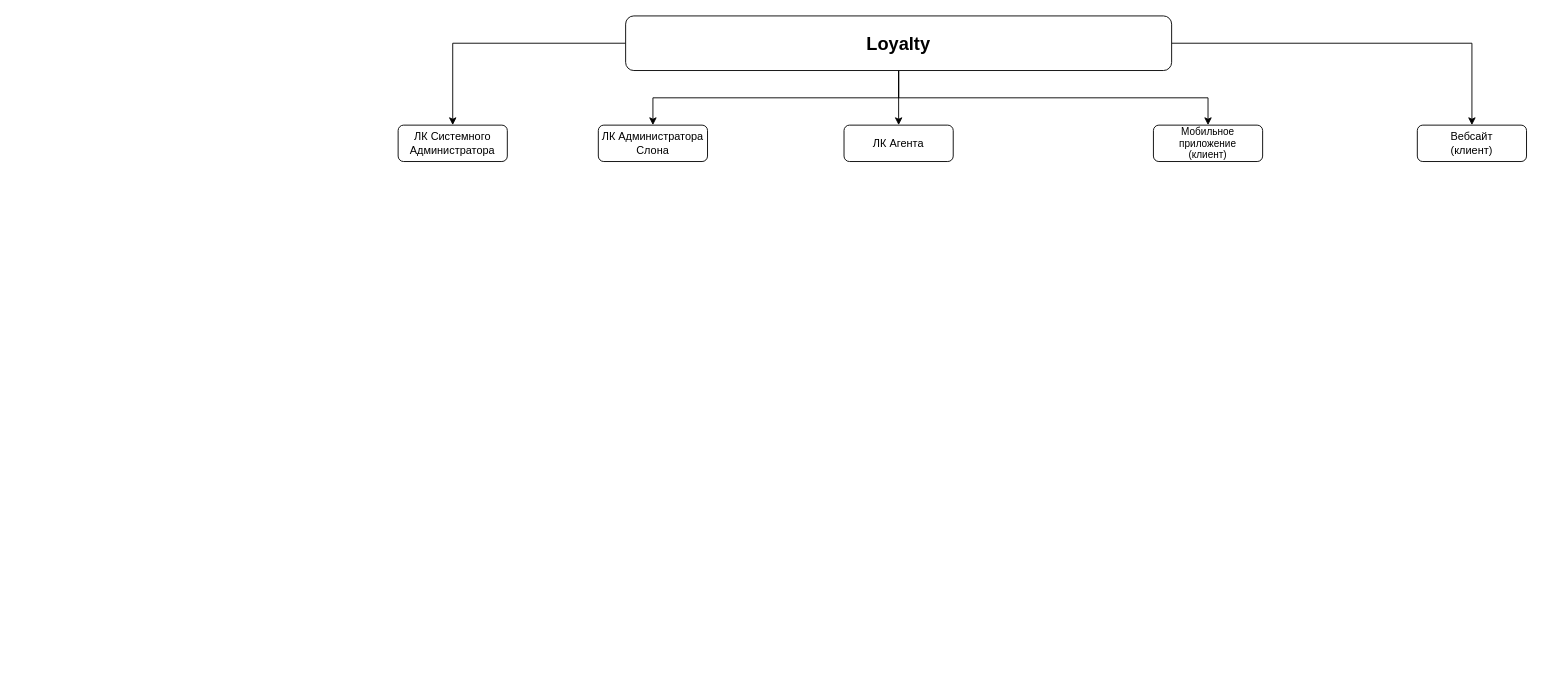
Above: Loyalty.drawio in jsilverhead/handover (draw.io), before the change. Source tidied: cells renumbered, new cells numbered last; positions are measured from the earlier drawing's top-left corner, leaving out a move shared by most shapes. Both pictures are drawn from the tidied source at 91%, with x=0, y=0 at pixel (398, 15).
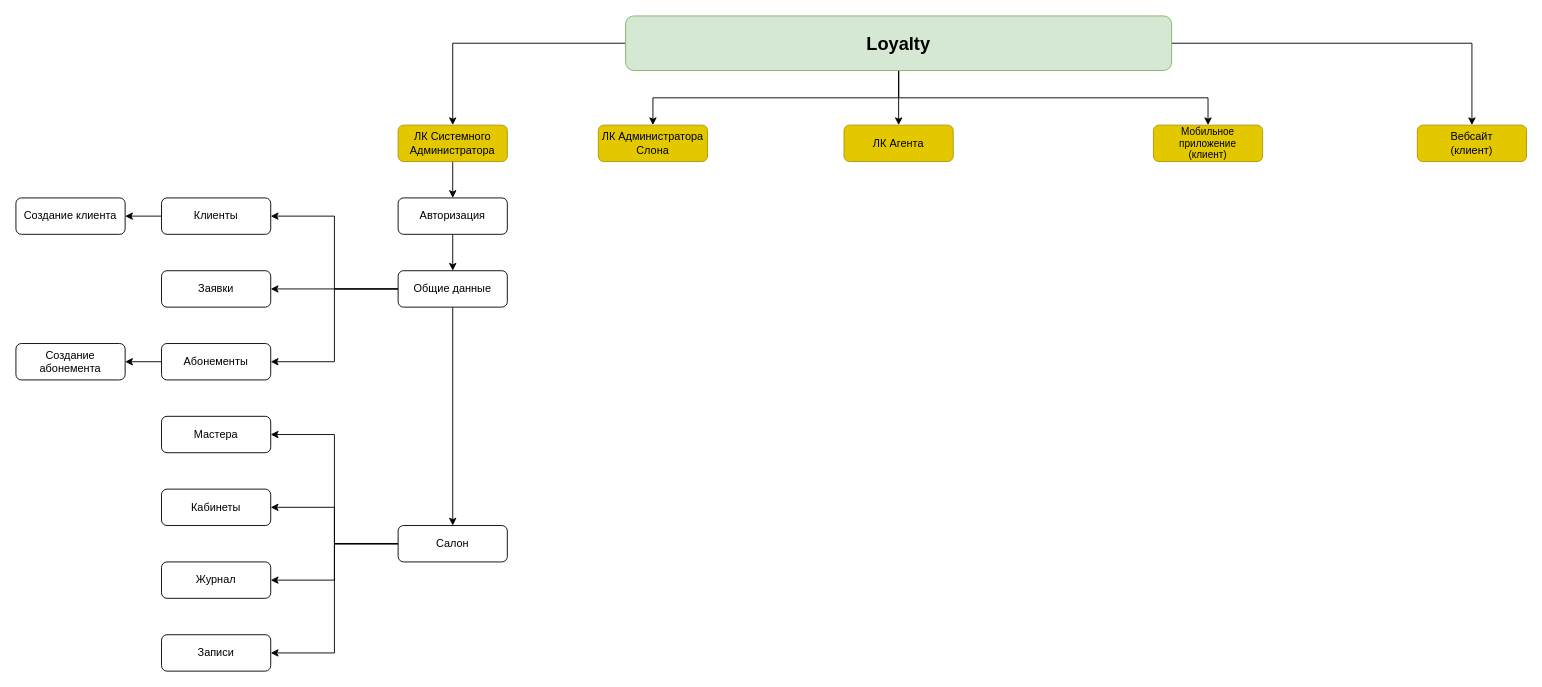
The same diagram, later.

The edit, as a diff of the source:
```diff
@@
-    <mxCell id="7" value="Loyalty" style="rounded=1;whiteSpace=wrap;html=1;fontSize=20;fontStyle=1;" parent="1" vertex="1">
+    <mxCell id="7" value="Loyalty" style="rounded=1;whiteSpace=wrap;html=1;fontSize=20;fontStyle=1;fillColor=#d5e8d4;strokeColor=#82b366;" parent="1" vertex="1">
       <mxGeometry x="250" width="600" height="60" as="geometry" />
     </mxCell>
+    <mxCell id="13" style="edgeStyle=orthogonalEdgeStyle;rounded=0;jettySize=auto;html=1;" parent="1" edge="1" source="8" target="15">
+      <mxGeometry relative="1" as="geometry" />
+    </mxCell>
-    <mxCell id="8" value="ЛК Системного Администратора" style="rounded=1;whiteSpace=wrap;html=1;" parent="1" vertex="1">
+    <mxCell id="8" value="ЛК Системного Администратора" style="rounded=1;whiteSpace=wrap;html=1;fillColor=#e3c800;fontColor=#000000;strokeColor=#B09500;" parent="1" vertex="1">
       <mxGeometry y="120" width="120" height="40" as="geometry" />
     </mxCell>
-    <mxCell id="9" value="ЛК Администратора Слона" style="rounded=1;whiteSpace=wrap;html=1;" parent="1" vertex="1">
+    <mxCell id="9" value="ЛК Администратора Слона" style="rounded=1;whiteSpace=wrap;html=1;fillColor=#e3c800;fontColor=#000000;strokeColor=#B09500;" parent="1" vertex="1">
       <mxGeometry x="220" y="120" width="120" height="40" as="geometry" />
     </mxCell>
-    <mxCell id="10" value="ЛК Агента" style="rounded=1;whiteSpace=wrap;html=1;" parent="1" vertex="1">
+    <mxCell id="10" value="ЛК Агента" style="rounded=1;whiteSpace=wrap;html=1;fillColor=#e3c800;fontColor=#000000;strokeColor=#B09500;" parent="1" vertex="1">
       <mxGeometry x="490" y="120" width="120" height="40" as="geometry" />
     </mxCell>
-    <mxCell id="11" value="Мобильное приложение&lt;div style=&quot;font-size: 11px;&quot;&gt;(клиент)&lt;/div&gt;" style="rounded=1;whiteSpace=wrap;html=1;fontSize=11;" parent="1" vertex="1">
+    <mxCell id="11" value="Мобильное приложение&lt;div style=&quot;font-size: 11px;&quot;&gt;(клиент)&lt;/div&gt;" style="rounded=1;whiteSpace=wrap;html=1;fontSize=11;fillColor=#e3c800;fontColor=#000000;strokeColor=#B09500;" parent="1" vertex="1">
       <mxGeometry x="830" y="120" width="120" height="40" as="geometry" />
     </mxCell>
-    <mxCell id="12" value="Вебсайт&lt;div&gt;(клиент)&lt;/div&gt;" style="rounded=1;whiteSpace=wrap;html=1;" parent="1" vertex="1">
+    <mxCell id="12" value="Вебсайт&lt;div&gt;(клиент)&lt;/div&gt;" style="rounded=1;whiteSpace=wrap;html=1;fillColor=#e3c800;fontColor=#000000;strokeColor=#B09500;" parent="1" vertex="1">
       <mxGeometry x="1120" y="120" width="120" height="40" as="geometry" />
     </mxCell>
+    <mxCell id="14" style="edgeStyle=orthogonalEdgeStyle;rounded=0;jettySize=auto;html=1;" parent="1" edge="1" source="15" target="20">
+      <mxGeometry relative="1" as="geometry" />
+    </mxCell>
+    <mxCell id="15" value="Авторизация" style="whiteSpace=wrap;html=1;rounded=1;" parent="1" vertex="1">
+      <mxGeometry y="200" width="120" height="40" as="geometry" />
+    </mxCell>
+    <mxCell id="16" style="edgeStyle=orthogonalEdgeStyle;rounded=0;jettySize=auto;html=1;" parent="1" edge="1" source="20" target="21">
+      <mxGeometry relative="1" as="geometry" />
+    </mxCell>
+    <mxCell id="17" style="edgeStyle=orthogonalEdgeStyle;rounded=0;jettySize=auto;html=1;entryX=1;entryY=0.5;entryDx=0;entryDy=0;" parent="1" edge="1" source="20" target="23">
+      <mxGeometry relative="1" as="geometry" />
+    </mxCell>
+    <mxCell id="18" style="edgeStyle=orthogonalEdgeStyle;rounded=0;jettySize=auto;html=1;entryX=1;entryY=0.5;entryDx=0;entryDy=0;" parent="1" edge="1" source="20" target="25">
+      <mxGeometry relative="1" as="geometry" />
+    </mxCell>
+    <mxCell id="19" style="edgeStyle=orthogonalEdgeStyle;rounded=0;jettySize=auto;html=1;entryX=0.5;entryY=0;entryDx=0;entryDy=0;" parent="1" edge="1" source="20" target="32">
+      <mxGeometry relative="1" as="geometry" />
+    </mxCell>
+    <mxCell id="20" value="Общие данные" style="whiteSpace=wrap;html=1;rounded=1;" parent="1" vertex="1">
+      <mxGeometry y="280" width="120" height="40" as="geometry" />
+    </mxCell>
+    <mxCell id="21" value="Заявки" style="whiteSpace=wrap;html=1;rounded=1;" parent="1" vertex="1">
+      <mxGeometry x="-260" y="280" width="120" height="40" as="geometry" />
+    </mxCell>
+    <mxCell id="22" style="edgeStyle=orthogonalEdgeStyle;rounded=0;jettySize=auto;html=1;" parent="1" edge="1" source="23" target="27">
+      <mxGeometry relative="1" as="geometry" />
+    </mxCell>
+    <mxCell id="23" value="Клиенты" style="whiteSpace=wrap;html=1;rounded=1;" parent="1" vertex="1">
+      <mxGeometry x="-260" y="200" width="120" height="40" as="geometry" />
+    </mxCell>
+    <mxCell id="24" style="edgeStyle=orthogonalEdgeStyle;rounded=0;jettySize=auto;html=1;" parent="1" edge="1" source="25" target="26">
+      <mxGeometry relative="1" as="geometry" />
+    </mxCell>
+    <mxCell id="25" value="Абонементы" style="whiteSpace=wrap;html=1;rounded=1;" parent="1" vertex="1">
+      <mxGeometry x="-260" y="360" width="120" height="40" as="geometry" />
+    </mxCell>
+    <mxCell id="26" value="Создание абонемента" style="whiteSpace=wrap;html=1;rounded=1;" parent="1" vertex="1">
+      <mxGeometry x="-420" y="360" width="120" height="40" as="geometry" />
+    </mxCell>
+    <mxCell id="27" value="Создание клиента" style="whiteSpace=wrap;html=1;rounded=1;" parent="1" vertex="1">
+      <mxGeometry x="-420" y="200" width="120" height="40" as="geometry" />
+    </mxCell>
+    <mxCell id="28" style="edgeStyle=orthogonalEdgeStyle;rounded=0;jettySize=auto;html=1;entryX=1;entryY=0.5;entryDx=0;entryDy=0;" parent="1" edge="1" source="32" target="33">
+      <mxGeometry relative="1" as="geometry" />
+    </mxCell>
+    <mxCell id="29" style="edgeStyle=orthogonalEdgeStyle;rounded=0;jettySize=auto;html=1;entryX=1;entryY=0.5;entryDx=0;entryDy=0;" parent="1" edge="1" source="32" target="34">
+      <mxGeometry relative="1" as="geometry" />
+    </mxCell>
+    <mxCell id="30" style="edgeStyle=orthogonalEdgeStyle;rounded=0;jettySize=auto;html=1;entryX=1;entryY=0.5;entryDx=0;entryDy=0;" parent="1" edge="1" source="32" target="35">
+      <mxGeometry relative="1" as="geometry" />
+    </mxCell>
+    <mxCell id="31" style="edgeStyle=orthogonalEdgeStyle;rounded=0;jettySize=auto;html=1;entryX=1;entryY=0.5;entryDx=0;entryDy=0;" parent="1" edge="1" source="32" target="36">
+      <mxGeometry relative="1" as="geometry" />
+    </mxCell>
+    <mxCell id="32" value="Салон" style="whiteSpace=wrap;html=1;rounded=1;" parent="1" vertex="1">
+      <mxGeometry y="560" width="120" height="40" as="geometry" />
+    </mxCell>
+    <mxCell id="33" value="Мастера" style="whiteSpace=wrap;html=1;rounded=1;" parent="1" vertex="1">
+      <mxGeometry x="-260" y="440" width="120" height="40" as="geometry" />
+    </mxCell>
+    <mxCell id="34" value="Кабинеты" style="whiteSpace=wrap;html=1;rounded=1;" parent="1" vertex="1">
+      <mxGeometry x="-260" y="520" width="120" height="40" as="geometry" />
+    </mxCell>
+    <mxCell id="35" value="Журнал" style="whiteSpace=wrap;html=1;rounded=1;" parent="1" vertex="1">
+      <mxGeometry x="-260" y="600" width="120" height="40" as="geometry" />
+    </mxCell>
+    <mxCell id="36" value="Записи" style="whiteSpace=wrap;html=1;rounded=1;" parent="1" vertex="1">
+      <mxGeometry x="-260" y="680" width="120" height="40" as="geometry" />
+    </mxCell>
```
